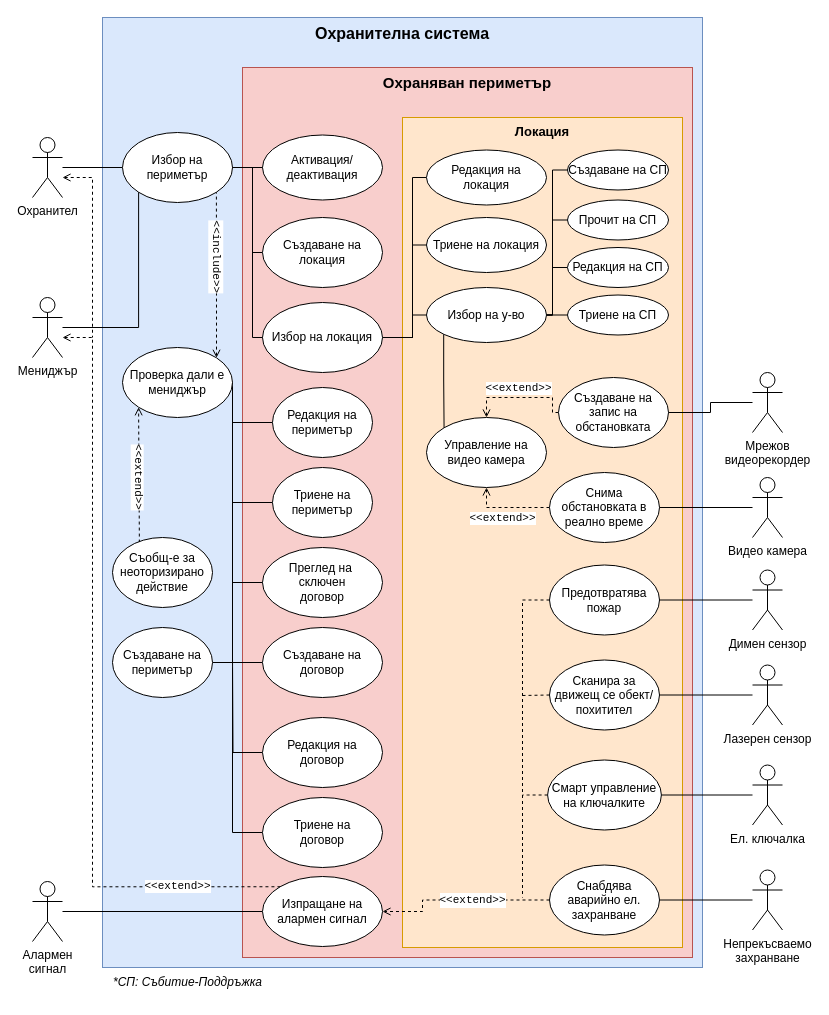
This is 2usecase.drawio from IsmailSalehCode/UML-course-work, a draw.io file, before an edit. Source tidied: cells renumbered, new cells numbered last; positions are measured from the earlier drawing's top-left corner, leaving out a move shared by most shapes. Both pictures are drawn from the tidied source at 100%, with x=0, y=0 at pixel (32, 17).
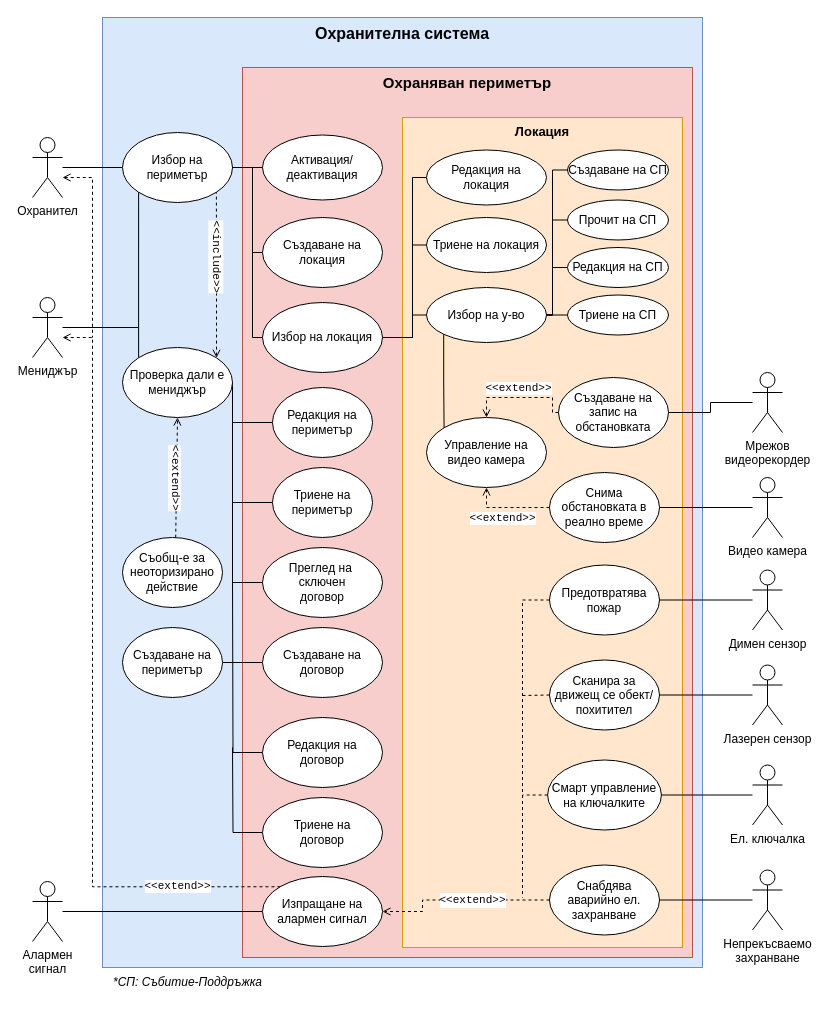
The same page after the edit.

The change refers to these unchanged cells:
```xml
<mxCell id="62" value="Проверка дали е мениджър" style="ellipse;whiteSpace=wrap;html=1;" parent="1" vertex="1">
  <mxGeometry x="90" y="330" width="110" height="70" as="geometry" />
</mxCell>
<mxCell id="72" value="Редакция на&lt;div&gt;&lt;div&gt;договор&lt;/div&gt;&lt;/div&gt;" style="ellipse;whiteSpace=wrap;html=1;" parent="1" vertex="1">
  <mxGeometry x="230" y="700" width="120" height="70" as="geometry" />
</mxCell>
<mxCell id="74" value="Триене на&lt;div&gt;&lt;div&gt;договор&lt;/div&gt;&lt;/div&gt;" style="ellipse;whiteSpace=wrap;html=1;" parent="1" vertex="1">
  <mxGeometry x="230" y="780" width="120" height="70" as="geometry" />
</mxCell>
```

Change to the diagram source:
```diff
@@
-    <mxCell id="58" style="edgeStyle=orthogonalEdgeStyle;rounded=0;jettySize=auto;html=1;entryX=1;entryY=0.5;entryDx=0;entryDy=0;endArrow=none;endFill=0;" parent="1" edge="1" source="62" target="66">
-      <mxGeometry relative="1" as="geometry">
-        <Array as="points">
-          <mxPoint x="200" y="645" />
-        </Array>
-      </mxGeometry>
-    </mxCell>
@@
+    <mxCell id="86" style="edgeStyle=orthogonalEdgeStyle;rounded=0;jettySize=auto;html=1;exitX=0;exitY=0;exitDx=0;exitDy=0;endArrow=none;endFill=0;" parent="1" edge="1" source="62">
+      <mxGeometry relative="1" as="geometry">
+        <mxPoint x="106.1" y="310" as="targetPoint" />
+      </mxGeometry>
+    </mxCell>
@@
-    <mxCell id="63" style="edgeStyle=orthogonalEdgeStyle;rounded=0;jettySize=auto;html=1;entryX=0;entryY=1;entryDx=0;entryDy=0;endArrow=open;endFill=0;dashed=1;exitX=0.269;exitY=0.042;exitDx=0;exitDy=0;exitPerimeter=0;" parent="1" edge="1" source="65" target="62">
-      <mxGeometry relative="1" as="geometry">
-        <Array as="points">
-          <mxPoint x="107" y="530" />
-          <mxPoint x="106" y="530" />
-        </Array>
-      </mxGeometry>
+    <mxCell id="63" style="rounded=0;jettySize=auto;html=1;entryX=0.5;entryY=1;entryDx=0;entryDy=0;endArrow=open;endFill=0;dashed=1;exitX=0.532;exitY=0.002;exitDx=0;exitDy=0;exitPerimeter=0;" parent="1" edge="1" source="65" target="62">
+      <mxGeometry relative="1" as="geometry" />
     </mxCell>
     <mxCell id="64" value="&amp;lt;&amp;lt;extend&amp;gt;&amp;gt;" style="edgeLabel;html=1;align=center;verticalAlign=middle;fontFamily=Courier New;rotation=90;" parent="63" vertex="1">
       <mxGeometry x="-0.23" y="1" relative="1" as="geometry">
-        <mxPoint x="1" y="-21" as="offset" />
+        <mxPoint x="1" y="-14" as="offset" />
       </mxGeometry>
     </mxCell>
     <mxCell id="65" value="Съобщ-е за неоторизирано действие" style="ellipse;whiteSpace=wrap;html=1;" parent="1" vertex="1">
-      <mxGeometry x="80" y="520" width="100" height="70" as="geometry" />
+      <mxGeometry x="90" y="520" width="100" height="70" as="geometry" />
     </mxCell>
+    <mxCell id="87" style="rounded=0;jettySize=auto;html=1;endArrow=none;endFill=0;" parent="1" edge="1" source="66">
+      <mxGeometry relative="1" as="geometry">
+        <mxPoint x="200" y="645" as="targetPoint" />
+      </mxGeometry>
+    </mxCell>
     <mxCell id="66" value="Създаване на периметър" style="ellipse;whiteSpace=wrap;html=1;" parent="1" vertex="1">
-      <mxGeometry x="80" y="610" width="100" height="70" as="geometry" />
+      <mxGeometry x="90" y="610" width="100" height="70" as="geometry" />
     </mxCell>
@@
     <mxCell id="71" style="edgeStyle=orthogonalEdgeStyle;rounded=0;jettySize=auto;html=1;endArrow=none;endFill=0;" parent="1" edge="1" source="72">
       <mxGeometry relative="1" as="geometry">
-        <mxPoint x="200" y="640" as="targetPoint" />
+        <mxPoint x="200" y="560" as="targetPoint" />
       </mxGeometry>
     </mxCell>
@@
-    <mxCell id="73" style="edgeStyle=orthogonalEdgeStyle;rounded=0;jettySize=auto;html=1;endArrow=none;endFill=0;" parent="1" edge="1" source="74">
-      <mxGeometry relative="1" as="geometry">
-        <mxPoint x="200" y="650" as="targetPoint" />
-        <Array as="points">
-          <mxPoint x="200" y="815" />
-        </Array>
-      </mxGeometry>
-    </mxCell>
+    <mxCell id="88" style="edgeStyle=orthogonalEdgeStyle;rounded=0;jettySize=auto;html=1;endArrow=none;endFill=0;" parent="1" edge="1" source="74">
+      <mxGeometry relative="1" as="geometry">
+        <mxPoint x="200" y="730" as="targetPoint" />
+      </mxGeometry>
+    </mxCell>
```
